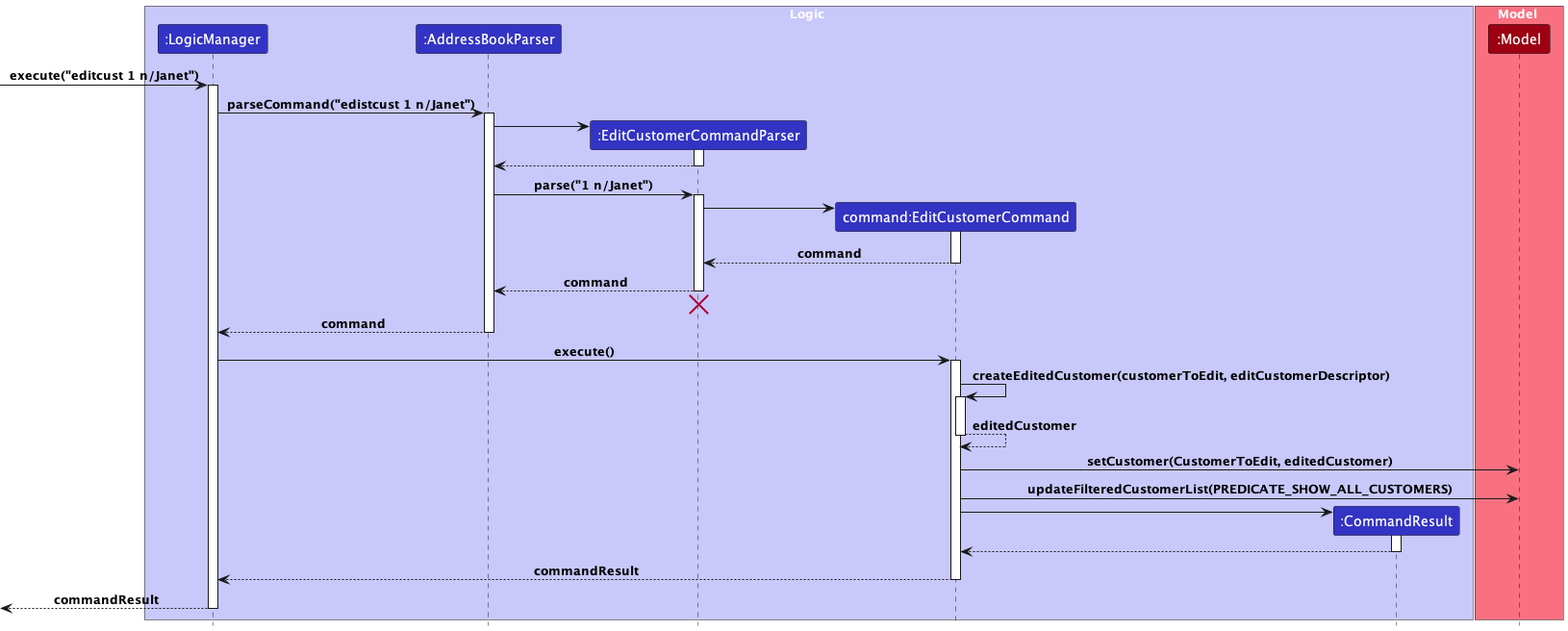
Earlier version of the PlantUML export docs/images/EditCustomerSequenceDiagram.png (saraozn/tp).
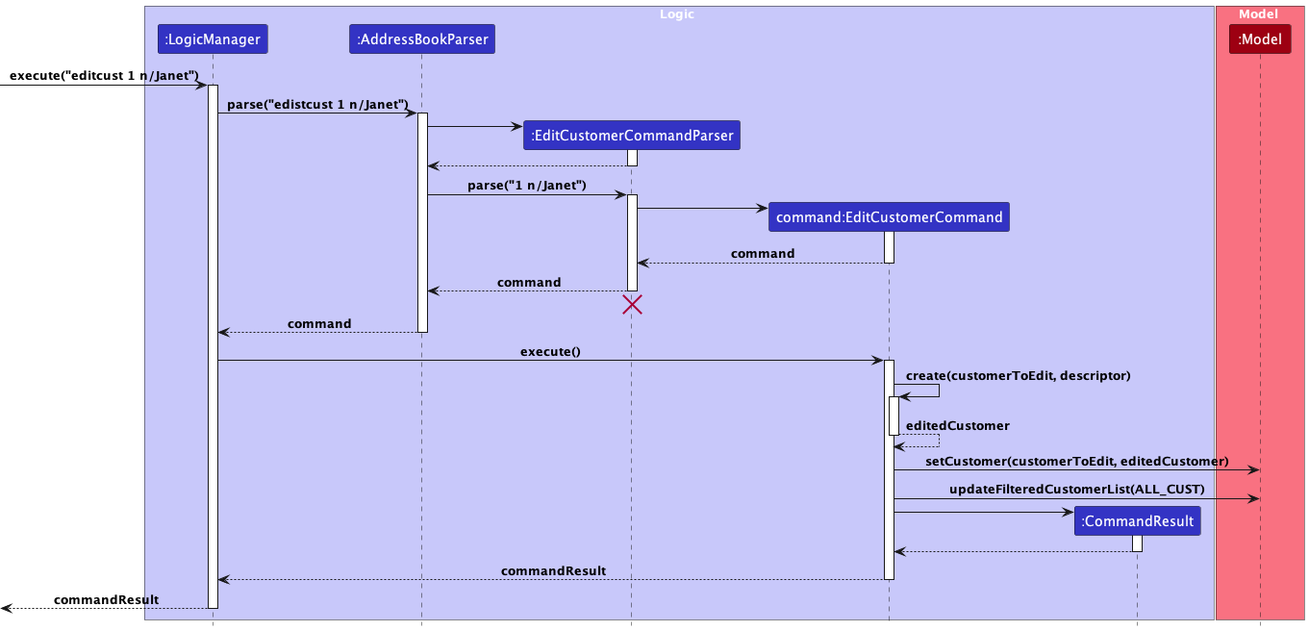
After the commit.

What changed in the source:
```diff
@@ -16,7 +16,7 @@
 [-> LogicManager : execute("editcust 1 n/Janet")
 activate LogicManager
 
-LogicManager -> AddressBookParser : parseCommand("edistcust 1 n/Janet")
+LogicManager -> AddressBookParser : parse("edistcust 1 n/Janet")
 activate AddressBookParser
 
 create EditCustomerCommandParser
@@ -47,14 +47,14 @@
 LogicManager -> EditCustomerCommand : execute()
 activate EditCustomerCommand
 
-EditCustomerCommand -> EditCustomerCommand : createEditedCustomer(customerToEdit, editCustomerDescriptor)
+EditCustomerCommand -> EditCustomerCommand : create(customerToEdit, descriptor)
 activate EditCustomerCommand
 EditCustomerCommand --> EditCustomerCommand : editedCustomer
 deactivate EditCustomerCommand
 
-EditCustomerCommand -> Model : setCustomer(CustomerToEdit, editedCustomer)
+EditCustomerCommand -> Model : setCustomer(customerToEdit, editedCustomer)
 
-EditCustomerCommand -> Model : updateFilteredCustomerList(PREDICATE_SHOW_ALL_CUSTOMERS)
+EditCustomerCommand -> Model : updateFilteredCustomerList(ALL_CUST)
 
 create CommandResult
 EditCustomerCommand -> CommandResult :
```
